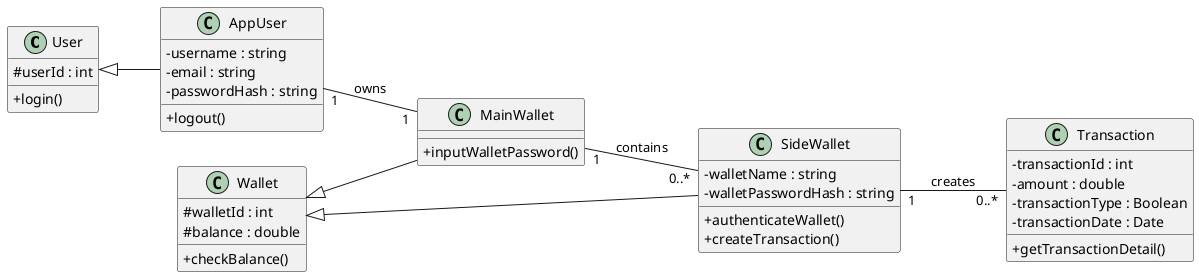
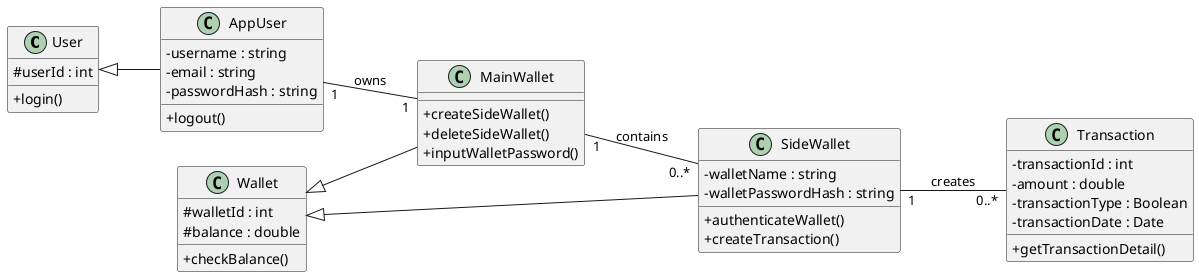
@startuml
left to right direction
skinparam classAttributeIconSize 0
class User {
  # userId : int
  + login()
}
class AppUser {
  - username : string
  - email : string
  - passwordHash : string
  + logout()
}
class Wallet {
  # walletId : int
  # balance : double
  + checkBalance()
}
class MainWallet {
+   + createSideWallet()
+   + deleteSideWallet()
  + inputWalletPassword()
}
class SideWallet {
  - walletName : string
  - walletPasswordHash : string
  + authenticateWallet()
  + createTransaction()
}
- 
class Transaction {
  - transactionId : int
  - amount : double
  - transactionType : Boolean
  - transactionDate : Date
  + getTransactionDetail()
}
User <|-- AppUser
Wallet <|-- MainWallet
Wallet <|-- SideWallet
AppUser "1" -- "1" MainWallet : owns
MainWallet "1" -- "0..*" SideWallet : contains
SideWallet "1" -- "0..*" Transaction : creates
- @enduml+ @enduml
